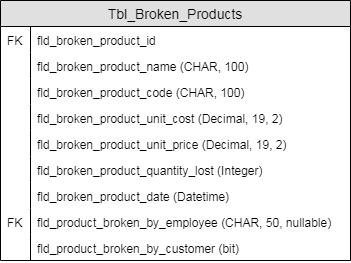
Earlier version of the draw.io export documentation/Broken Product Entity.png (Djsiclait/MiniMarketInventoryManagement). Source tidied: cells renumbered, new cells last; positions are measured from the earlier drawing's top-left corner, leaving out a move shared by most shapes. Its diagram source:
```xml
<mxGraphModel>
  <root>
    <mxCell id="0" />
    <mxCell id="1" parent="0" />
    <object id="2" label="Tbl_Broken_Products" placeholders="1">
      <mxCell style="swimlane;fontStyle=0;horizontal=1;startSize=26;fillColor=#e0e0e0;swimlaneFillColor=#ffffff;align=center;fontSize=14;" parent="1" vertex="1">
        <mxGeometry width="350" height="260" as="geometry" />
      </mxCell>
    </object>
    <mxCell id="3" value="fld_broken_product_id " style="shape=partialRectangle;top=0;left=0;right=0;bottom=0;align=left;verticalAlign=top;fillColor=none;spacingLeft=34;spacingRight=4;overflow=hidden;fontSize=12;" parent="2" vertex="1">
      <mxGeometry y="26" width="350" height="26" as="geometry" />
    </mxCell>
    <mxCell id="4" value="FK" style="shape=partialRectangle;top=0;left=0;bottom=0;fillColor=none;align=left;verticalAlign=top;spacingLeft=4;spacingRight=4;overflow=hidden;fontSize=12;" parent="3" vertex="1">
      <mxGeometry width="30" height="26" as="geometry" />
    </mxCell>
    <mxCell id="5" value="fld_broken_product_name (CHAR, 100) " style="shape=partialRectangle;top=0;left=0;right=0;bottom=0;align=left;verticalAlign=top;fillColor=none;spacingLeft=34;spacingRight=4;overflow=hidden;fontSize=12;" parent="2" vertex="1">
      <mxGeometry y="52" width="350" height="26" as="geometry" />
    </mxCell>
    <mxCell id="6" style="shape=partialRectangle;top=0;left=0;bottom=0;fillColor=none;align=left;verticalAlign=top;spacingLeft=4;spacingRight=4;overflow=hidden;fontSize=12;" parent="5" vertex="1">
      <mxGeometry width="30" height="26" as="geometry" />
    </mxCell>
    <mxCell id="7" value="fld_broken_product_code (CHAR, 100) " style="shape=partialRectangle;top=0;left=0;right=0;bottom=0;align=left;verticalAlign=top;fillColor=none;spacingLeft=34;spacingRight=4;overflow=hidden;fontSize=12;" parent="2" vertex="1">
      <mxGeometry y="78" width="350" height="26" as="geometry" />
    </mxCell>
    <mxCell id="8" style="shape=partialRectangle;top=0;left=0;bottom=0;fillColor=none;align=left;verticalAlign=top;spacingLeft=4;spacingRight=4;overflow=hidden;fontSize=12;" parent="7" vertex="1">
      <mxGeometry width="30" height="26" as="geometry" />
    </mxCell>
    <object id="9" label="fld_broken_product_unit_cost (Decimal, 19, 2)" placeholders="1">
      <mxCell style="shape=partialRectangle;top=0;left=0;right=0;bottom=0;align=left;verticalAlign=top;fillColor=none;spacingLeft=34;spacingRight=4;overflow=hidden;fontSize=12;" parent="2" vertex="1">
        <mxGeometry y="104" width="350" height="26" as="geometry" />
      </mxCell>
    </object>
    <mxCell id="10" style="shape=partialRectangle;top=0;left=0;bottom=0;fillColor=none;align=left;verticalAlign=top;spacingLeft=4;spacingRight=4;overflow=hidden;fontSize=12;" parent="9" vertex="1">
      <mxGeometry width="30" height="26" as="geometry" />
    </mxCell>
    <object id="11" label="fld_broken_product_unit_price (Decimal, 19, 2)" placeholders="1">
      <mxCell style="shape=partialRectangle;top=0;left=0;right=0;bottom=0;align=left;verticalAlign=top;fillColor=none;spacingLeft=34;spacingRight=4;overflow=hidden;fontSize=12;" parent="2" vertex="1">
        <mxGeometry y="130" width="350" height="26" as="geometry" />
      </mxCell>
    </object>
    <mxCell id="12" style="shape=partialRectangle;top=0;left=0;bottom=0;fillColor=none;align=left;verticalAlign=top;spacingLeft=4;spacingRight=4;overflow=hidden;fontSize=12;" parent="11" vertex="1">
      <mxGeometry width="30" height="26" as="geometry" />
    </mxCell>
    <object id="13" label="fld_broken_product_quantity_lost (Integer)" placeholders="1">
      <mxCell style="shape=partialRectangle;top=0;left=0;right=0;bottom=0;align=left;verticalAlign=top;fillColor=none;spacingLeft=34;spacingRight=4;overflow=hidden;fontSize=12;" parent="2" vertex="1">
        <mxGeometry y="156" width="350" height="26" as="geometry" />
      </mxCell>
    </object>
    <mxCell id="14" style="shape=partialRectangle;top=0;left=0;bottom=0;fillColor=none;align=left;verticalAlign=top;spacingLeft=4;spacingRight=4;overflow=hidden;fontSize=12;" parent="13" vertex="1">
      <mxGeometry width="30" height="26" as="geometry" />
    </mxCell>
    <object id="15" label="fld_broken_product_date (Datetime)" placeholders="1">
      <mxCell style="shape=partialRectangle;top=0;left=0;right=0;bottom=0;align=left;verticalAlign=top;fillColor=none;spacingLeft=34;spacingRight=4;overflow=hidden;fontSize=12;" parent="2" vertex="1">
        <mxGeometry y="182" width="350" height="26" as="geometry" />
      </mxCell>
    </object>
    <mxCell id="16" style="shape=partialRectangle;top=0;left=0;bottom=0;fillColor=none;align=left;verticalAlign=top;spacingLeft=4;spacingRight=4;overflow=hidden;fontSize=12;" parent="15" vertex="1">
      <mxGeometry width="30" height="26" as="geometry" />
    </mxCell>
    <object id="17" label="fld_product_broken_by_employee (CHAR, 50, nullable)" placeholders="1">
      <mxCell style="shape=partialRectangle;top=0;left=0;right=0;bottom=0;align=left;verticalAlign=top;fillColor=none;spacingLeft=34;spacingRight=4;overflow=hidden;fontSize=12;" parent="2" vertex="1">
        <mxGeometry y="208" width="350" height="26" as="geometry" />
      </mxCell>
    </object>
    <mxCell id="18" value="FK" style="shape=partialRectangle;top=0;left=0;bottom=0;fillColor=none;align=left;verticalAlign=top;spacingLeft=4;spacingRight=4;overflow=hidden;fontSize=12;" parent="17" vertex="1">
      <mxGeometry width="30" height="26" as="geometry" />
    </mxCell>
    <object id="19" label="fld_product_broken_by_customer (bit)" placeholders="1">
      <mxCell style="shape=partialRectangle;top=0;left=0;right=0;bottom=0;align=left;verticalAlign=top;fillColor=none;spacingLeft=34;spacingRight=4;overflow=hidden;fontSize=12;" parent="2" vertex="1">
        <mxGeometry y="234" width="350" height="26" as="geometry" />
      </mxCell>
    </object>
    <mxCell id="20" style="shape=partialRectangle;top=0;left=0;bottom=0;fillColor=none;align=left;verticalAlign=top;spacingLeft=4;spacingRight=4;overflow=hidden;fontSize=12;" parent="19" vertex="1">
      <mxGeometry width="30" height="26" as="geometry" />
    </mxCell>
  </root>
</mxGraphModel>
```
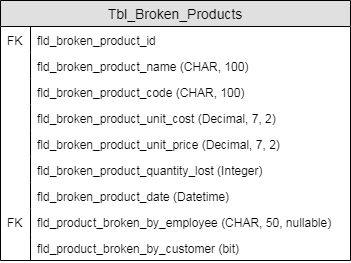
After the commit.

Commit message:
Modify broken product entity diagram

The edit, as a diff of the source:
```diff
@@ -25,7 +25,7 @@
     <mxCell id="8" style="shape=partialRectangle;top=0;left=0;bottom=0;fillColor=none;align=left;verticalAlign=top;spacingLeft=4;spacingRight=4;overflow=hidden;fontSize=12;" parent="7" vertex="1">
       <mxGeometry width="30" height="26" as="geometry" />
     </mxCell>
-    <object id="9" label="fld_broken_product_unit_cost (Decimal, 19, 2)" placeholders="1">
+    <object id="9" label="fld_broken_product_unit_cost (Decimal, 7, 2)" placeholders="1">
       <mxCell style="shape=partialRectangle;top=0;left=0;right=0;bottom=0;align=left;verticalAlign=top;fillColor=none;spacingLeft=34;spacingRight=4;overflow=hidden;fontSize=12;" parent="2" vertex="1">
         <mxGeometry y="104" width="350" height="26" as="geometry" />
       </mxCell>
@@ -33,7 +33,7 @@
     <mxCell id="10" style="shape=partialRectangle;top=0;left=0;bottom=0;fillColor=none;align=left;verticalAlign=top;spacingLeft=4;spacingRight=4;overflow=hidden;fontSize=12;" parent="9" vertex="1">
       <mxGeometry width="30" height="26" as="geometry" />
     </mxCell>
-    <object id="11" label="fld_broken_product_unit_price (Decimal, 19, 2)" placeholders="1">
+    <object id="11" label="fld_broken_product_unit_price (Decimal, 7, 2)" placeholders="1">
       <mxCell style="shape=partialRectangle;top=0;left=0;right=0;bottom=0;align=left;verticalAlign=top;fillColor=none;spacingLeft=34;spacingRight=4;overflow=hidden;fontSize=12;" parent="2" vertex="1">
         <mxGeometry y="130" width="350" height="26" as="geometry" />
       </mxCell>
```
